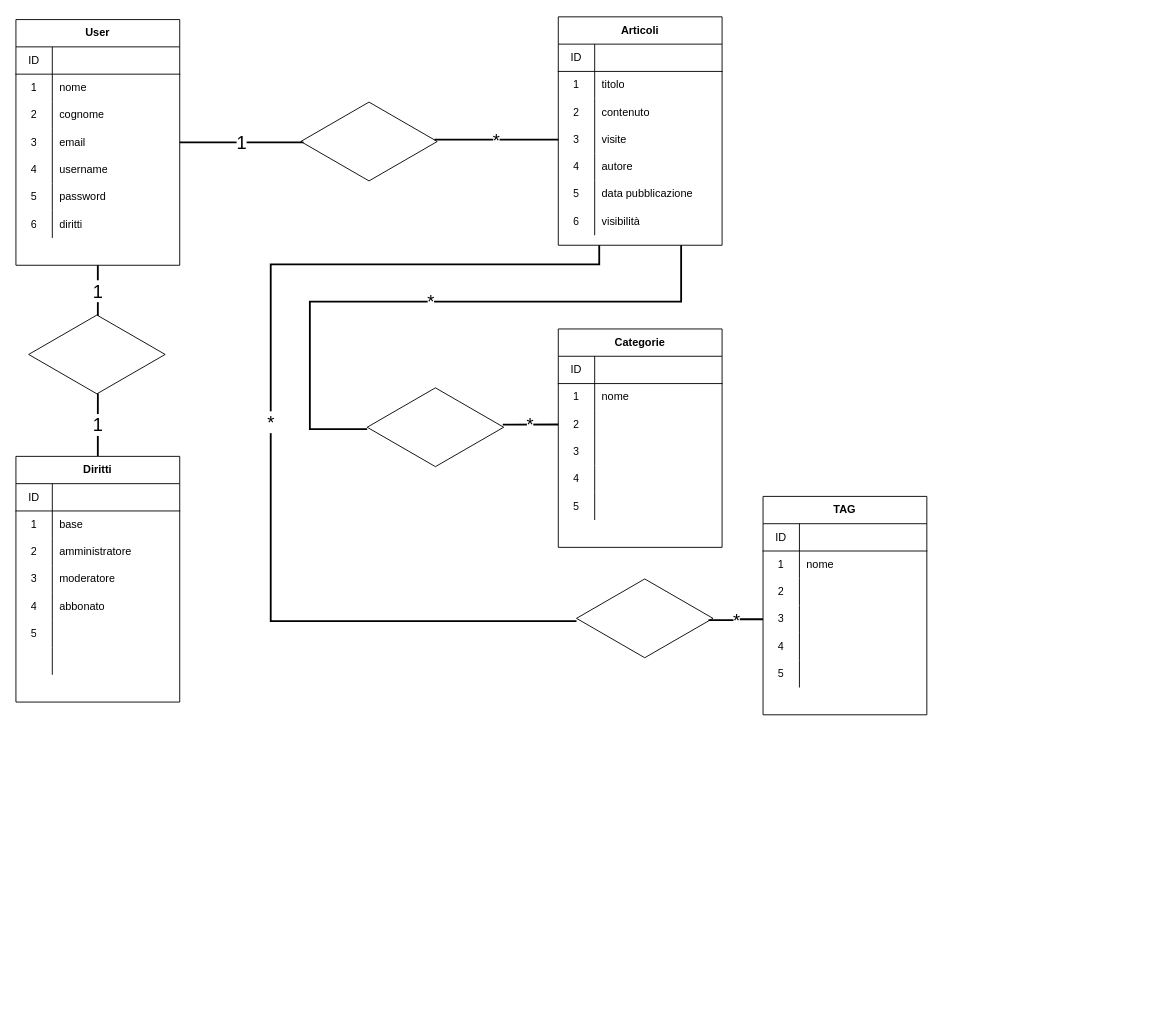
Above: db.drawio in andreamazza84/php-oop-2 (draw.io), before the change. Source tidied: cells renumbered, new cells numbered last; positions are measured from the earlier drawing's top-left corner, leaving out a move shared by most shapes. Both pictures are drawn from the tidied source at 91%, with x=0, y=0 at pixel (15, 16).
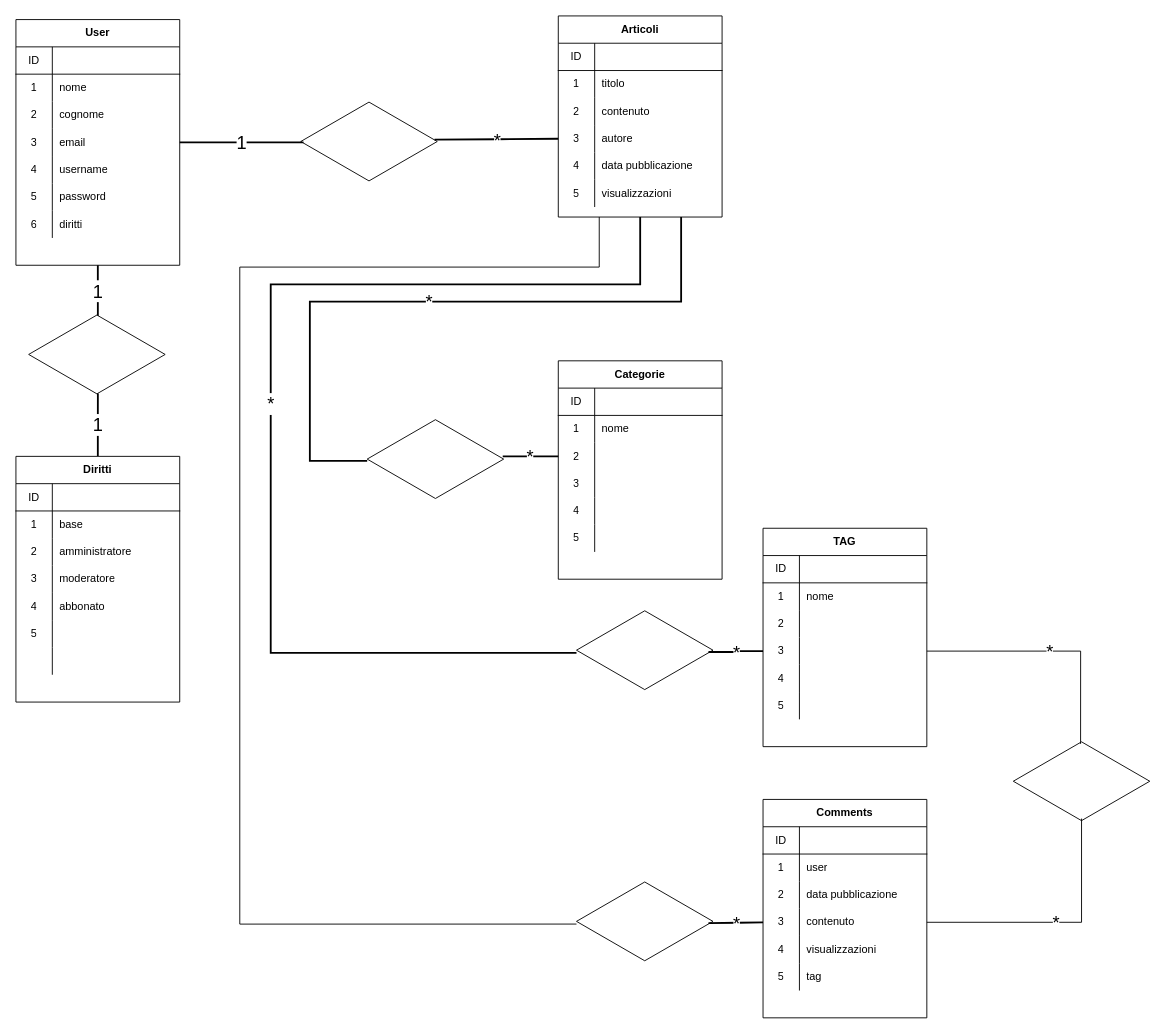
The same diagram, later.

The change refers to these unchanged cells:
```xml
<mxCell id="78" style="shape=partialRectangle;html=1;whiteSpace=wrap;fillColor=none;top=0;left=0;bottom=0;right=0;points=[[0,0.5],[1,0.5]];portConstraint=eastwest;" parent="68" vertex="1">
  <mxGeometry y="120" width="180" height="30" as="geometry" />
</mxCell>
<mxCell id="87" style="html=1;whiteSpace=wrap;shape=isoRectangle;" parent="1" vertex="1">
  <mxGeometry x="313" y="92" width="150" height="90" as="geometry" />
</mxCell>
```

What changed in the source:
```diff
@@
     <mxCell id="25" value="*" style="edgeStyle=orthogonalEdgeStyle;rounded=0;jettySize=auto;html=1;entryX=0;entryY=0.522;entryDx=0;entryDy=0;entryPerimeter=0;exitX=0.75;exitY=1;exitDx=0;exitDy=0;endArrow=none;endFill=0;strokeWidth=2;jumpSize=16;fontSize=20;" parent="1" edge="1" source="27" target="90">
       <mxGeometry relative="1" as="geometry">
         <Array as="points">
           <mxPoint x="731" y="313" />
           <mxPoint x="323" y="313" />
-          <mxPoint x="323" y="453" />
+          <mxPoint x="323" y="488" />
         </Array>
       </mxGeometry>
     </mxCell>
-    <mxCell id="26" value="*" style="edgeStyle=orthogonalEdgeStyle;rounded=0;jettySize=auto;html=1;exitX=0.25;exitY=1;exitDx=0;exitDy=0;entryX=0;entryY=0.533;entryDx=0;entryDy=0;entryPerimeter=0;endArrow=none;endFill=0;strokeWidth=2;jumpSize=16;fontSize=20;" parent="1" edge="1" source="27" target="92">
+    <mxCell id="26" value="*" style="edgeStyle=orthogonalEdgeStyle;rounded=0;jettySize=auto;html=1;entryX=0;entryY=0.533;entryDx=0;entryDy=0;entryPerimeter=0;endArrow=none;endFill=0;strokeWidth=2;jumpSize=16;fontSize=20;exitX=0.5;exitY=1;exitDx=0;exitDy=0;" parent="1" edge="1" source="27" target="92">
       <mxGeometry relative="1" as="geometry">
         <Array as="points">
-          <mxPoint x="641" y="272" />
-          <mxPoint x="280" y="272" />
-          <mxPoint x="280" y="664" />
+          <mxPoint x="686" y="294" />
+          <mxPoint x="280" y="294" />
+          <mxPoint x="280" y="699" />
         </Array>
       </mxGeometry>
     </mxCell>
+    <mxCell id="118" style="edgeStyle=orthogonalEdgeStyle;rounded=0;jettySize=auto;html=1;exitX=0.25;exitY=1;exitDx=0;exitDy=0;entryX=0;entryY=0.533;entryDx=0;entryDy=0;entryPerimeter=0;endArrow=none;endFill=0;" parent="1" edge="1" source="27" target="136">
+      <mxGeometry relative="1" as="geometry">
+        <Array as="points">
+          <mxPoint x="641" y="275" />
+          <mxPoint x="246" y="275" />
+          <mxPoint x="246" y="997" />
+        </Array>
+      </mxGeometry>
+    </mxCell>
     <mxCell id="27" value="Articoli" style="shape=table;html=1;whiteSpace=wrap;startSize=30;childLayout=tableLayout;rowLines=0;fontStyle=1;align=center;" parent="1" vertex="1">
-      <mxGeometry x="596" width="180" height="251" as="geometry" />
+      <mxGeometry x="596" y="-1" width="180" height="221" as="geometry" />
     </mxCell>
@@
-    <mxCell id="37" style="shape=partialRectangle;html=1;whiteSpace=wrap;fillColor=none;top=0;left=0;bottom=0;right=0;points=[[0,0.5],[1,0.5]];portConstraint=eastwest;" parent="27" vertex="1">
-      <mxGeometry y="120" width="180" height="30" as="geometry" />
-    </mxCell>
-    <mxCell id="38" value="3" style="shape=partialRectangle;html=1;whiteSpace=wrap;fillColor=none;top=0;left=0;bottom=0;right=0;overflow=hidden;" parent="37" vertex="1">
-      <mxGeometry width="40" height="30" as="geometry" />
-    </mxCell>
-    <mxCell id="39" value="visite" style="shape=partialRectangle;html=1;whiteSpace=wrap;fillColor=none;top=0;left=0;bottom=0;right=0;align=left;spacingLeft=6;overflow=hidden;" parent="37" vertex="1">
-      <mxGeometry x="40" width="140" height="30" as="geometry" />
-    </mxCell>
     <mxCell id="40" style="shape=partialRectangle;html=1;whiteSpace=wrap;fillColor=none;top=0;left=0;bottom=0;right=0;" parent="27" vertex="1">
-      <mxGeometry y="150" width="180" height="30" as="geometry" />
+      <mxGeometry y="120" width="180" height="30" as="geometry" />
     </mxCell>
-    <mxCell id="41" value="4" style="shape=partialRectangle;html=1;whiteSpace=wrap;fillColor=none;top=0;left=0;bottom=0;right=0;overflow=hidden;" parent="40" vertex="1">
+    <mxCell id="41" value="3" style="shape=partialRectangle;html=1;whiteSpace=wrap;fillColor=none;top=0;left=0;bottom=0;right=0;overflow=hidden;" parent="40" vertex="1">
       <mxGeometry width="40" height="30" as="geometry" />
     </mxCell>
@@
     <mxCell id="43" style="shape=partialRectangle;html=1;whiteSpace=wrap;fillColor=none;top=0;left=0;bottom=0;right=0;" parent="27" vertex="1">
-      <mxGeometry y="180" width="180" height="30" as="geometry" />
+      <mxGeometry y="150" width="180" height="30" as="geometry" />
     </mxCell>
-    <mxCell id="44" value="5" style="shape=partialRectangle;html=1;whiteSpace=wrap;fillColor=none;top=0;left=0;bottom=0;right=0;overflow=hidden;" parent="43" vertex="1">
+    <mxCell id="44" value="4" style="shape=partialRectangle;html=1;whiteSpace=wrap;fillColor=none;top=0;left=0;bottom=0;right=0;overflow=hidden;" parent="43" vertex="1">
       <mxGeometry width="40" height="30" as="geometry" />
     </mxCell>
@@
     <mxCell id="46" style="shape=partialRectangle;html=1;whiteSpace=wrap;fillColor=none;top=0;left=0;bottom=0;right=0;" parent="27" vertex="1">
-      <mxGeometry y="210" width="180" height="30" as="geometry" />
+      <mxGeometry y="180" width="180" height="30" as="geometry" />
     </mxCell>
-    <mxCell id="47" value="6" style="shape=partialRectangle;html=1;whiteSpace=wrap;fillColor=none;top=0;left=0;bottom=0;right=0;overflow=hidden;" parent="46" vertex="1">
+    <mxCell id="47" value="5" style="shape=partialRectangle;html=1;whiteSpace=wrap;fillColor=none;top=0;left=0;bottom=0;right=0;overflow=hidden;" parent="46" vertex="1">
       <mxGeometry width="40" height="30" as="geometry" />
     </mxCell>
-    <mxCell id="48" value="visibilità" style="shape=partialRectangle;html=1;whiteSpace=wrap;fillColor=none;top=0;left=0;bottom=0;right=0;align=left;spacingLeft=6;overflow=hidden;" parent="46" vertex="1">
+    <mxCell id="48" value="visualizzazioni" style="shape=partialRectangle;html=1;whiteSpace=wrap;fillColor=none;top=0;left=0;bottom=0;right=0;align=left;spacingLeft=6;overflow=hidden;" parent="46" vertex="1">
       <mxGeometry x="40" width="140" height="30" as="geometry" />
     </mxCell>
     <mxCell id="49" value="Categorie" style="shape=table;html=1;whiteSpace=wrap;startSize=30;childLayout=tableLayout;rowLines=0;fontStyle=1;align=center;" parent="1" vertex="1">
-      <mxGeometry x="596" y="343" width="180" height="240" as="geometry" />
+      <mxGeometry x="596" y="378" width="180" height="240" as="geometry" />
     </mxCell>
@@
     <mxCell id="68" value="TAG" style="shape=table;html=1;whiteSpace=wrap;startSize=30;childLayout=tableLayout;rowLines=0;fontStyle=1;align=center;" parent="1" vertex="1">
-      <mxGeometry x="821" y="527" width="180" height="240" as="geometry" />
+      <mxGeometry x="821" y="562" width="180" height="240" as="geometry" />
     </mxCell>
@@
-    <mxCell id="89" value="*" style="edgeStyle=orthogonalEdgeStyle;rounded=0;jettySize=auto;html=1;exitX=0;exitY=0.5;exitDx=0;exitDy=0;entryX=0.98;entryY=0.478;entryDx=0;entryDy=0;entryPerimeter=0;endArrow=none;endFill=0;strokeWidth=2;jumpSize=16;fontSize=20;" parent="1" edge="1" source="37" target="87">
-      <mxGeometry relative="1" as="geometry" />
+    <mxCell id="89" value="*" style="edgeStyle=orthogonalEdgeStyle;rounded=0;jettySize=auto;html=1;exitX=0;exitY=0.5;exitDx=0;exitDy=0;entryX=0.98;entryY=0.478;entryDx=0;entryDy=0;entryPerimeter=0;endArrow=none;endFill=0;strokeWidth=2;jumpSize=16;fontSize=20;" parent="1" edge="1" target="87">
+      <mxGeometry relative="1" as="geometry">
+        <mxPoint x="596" y="134" as="sourcePoint" />
+      </mxGeometry>
     </mxCell>
     <mxCell id="90" style="html=1;whiteSpace=wrap;shape=isoRectangle;" parent="1" vertex="1">
-      <mxGeometry x="386" y="406" width="150" height="90" as="geometry" />
+      <mxGeometry x="386" y="441" width="150" height="90" as="geometry" />
     </mxCell>
@@
     <mxCell id="92" style="html=1;whiteSpace=wrap;shape=isoRectangle;" parent="1" vertex="1">
-      <mxGeometry x="616" y="616" width="150" height="90" as="geometry" />
+      <mxGeometry x="616" y="651" width="150" height="90" as="geometry" />
     </mxCell>
@@
+    <mxCell id="119" value="Comments" style="shape=table;html=1;whiteSpace=wrap;startSize=30;childLayout=tableLayout;rowLines=0;fontStyle=1;align=center;" parent="1" vertex="1">
+      <mxGeometry x="821" y="860" width="180" height="240" as="geometry" />
+    </mxCell>
+    <mxCell id="120" style="shape=partialRectangle;html=1;whiteSpace=wrap;fillColor=none;top=0;left=0;bottom=1;right=0;" parent="119" vertex="1">
+      <mxGeometry y="30" width="180" height="30" as="geometry" />
+    </mxCell>
+    <mxCell id="121" value="ID" style="shape=partialRectangle;html=1;whiteSpace=wrap;fillColor=none;top=0;left=0;bottom=0;right=0;overflow=hidden;" parent="120" vertex="1">
+      <mxGeometry width="40" height="30" as="geometry" />
+    </mxCell>
+    <mxCell id="122" style="shape=partialRectangle;html=1;whiteSpace=wrap;fillColor=none;top=0;left=0;bottom=0;right=0;align=left;spacingLeft=6;overflow=hidden;" parent="120" vertex="1">
+      <mxGeometry x="40" width="140" height="30" as="geometry" />
+    </mxCell>
+    <mxCell id="123" style="shape=partialRectangle;html=1;whiteSpace=wrap;fillColor=none;top=0;left=0;bottom=0;right=0;" parent="119" vertex="1">
+      <mxGeometry y="60" width="180" height="30" as="geometry" />
+    </mxCell>
+    <mxCell id="124" value="1" style="shape=partialRectangle;html=1;whiteSpace=wrap;fillColor=none;top=0;left=0;bottom=0;right=0;overflow=hidden;" parent="123" vertex="1">
+      <mxGeometry width="40" height="30" as="geometry" />
+    </mxCell>
+    <mxCell id="125" value="user" style="shape=partialRectangle;html=1;whiteSpace=wrap;fillColor=none;top=0;left=0;bottom=0;right=0;align=left;spacingLeft=6;overflow=hidden;" parent="123" vertex="1">
+      <mxGeometry x="40" width="140" height="30" as="geometry" />
+    </mxCell>
+    <mxCell id="126" style="shape=partialRectangle;html=1;whiteSpace=wrap;fillColor=none;top=0;left=0;bottom=0;right=0;" parent="119" vertex="1">
+      <mxGeometry y="90" width="180" height="30" as="geometry" />
+    </mxCell>
+    <mxCell id="127" value="2" style="shape=partialRectangle;html=1;whiteSpace=wrap;fillColor=none;top=0;left=0;bottom=0;right=0;overflow=hidden;" parent="126" vertex="1">
+      <mxGeometry width="40" height="30" as="geometry" />
+    </mxCell>
+    <mxCell id="128" value="data pubblicazione" style="shape=partialRectangle;html=1;whiteSpace=wrap;fillColor=none;top=0;left=0;bottom=0;right=0;align=left;spacingLeft=6;overflow=hidden;" parent="126" vertex="1">
+      <mxGeometry x="40" width="140" height="30" as="geometry" />
+    </mxCell>
+    <mxCell id="37" style="shape=partialRectangle;html=1;whiteSpace=wrap;fillColor=none;top=0;left=0;bottom=0;right=0;points=[[0,0.5],[1,0.5]];portConstraint=eastwest;" parent="119" vertex="1">
+      <mxGeometry y="120" width="180" height="30" as="geometry" />
+    </mxCell>
+    <mxCell id="38" value="3" style="shape=partialRectangle;html=1;whiteSpace=wrap;fillColor=none;top=0;left=0;bottom=0;right=0;overflow=hidden;" parent="37" vertex="1">
+      <mxGeometry width="40" height="30" as="geometry" />
+    </mxCell>
+    <mxCell id="129" value="contenuto" style="shape=partialRectangle;html=1;whiteSpace=wrap;fillColor=none;top=0;left=0;bottom=0;right=0;align=left;spacingLeft=6;overflow=hidden;" parent="37" vertex="1">
+      <mxGeometry x="40" width="140" height="30" as="geometry" />
+    </mxCell>
+    <mxCell id="130" style="shape=partialRectangle;html=1;whiteSpace=wrap;fillColor=none;top=0;left=0;bottom=0;right=0;" parent="119" vertex="1">
+      <mxGeometry y="150" width="180" height="30" as="geometry" />
+    </mxCell>
+    <mxCell id="131" value="4" style="shape=partialRectangle;html=1;whiteSpace=wrap;fillColor=none;top=0;left=0;bottom=0;right=0;overflow=hidden;" parent="130" vertex="1">
+      <mxGeometry width="40" height="30" as="geometry" />
+    </mxCell>
+    <mxCell id="132" value="visualizzazioni" style="shape=partialRectangle;html=1;whiteSpace=wrap;fillColor=none;top=0;left=0;bottom=0;right=0;align=left;spacingLeft=6;overflow=hidden;" parent="130" vertex="1">
+      <mxGeometry x="40" width="140" height="30" as="geometry" />
+    </mxCell>
+    <mxCell id="133" style="shape=partialRectangle;html=1;whiteSpace=wrap;fillColor=none;top=0;left=0;bottom=0;right=0;" parent="119" vertex="1">
+      <mxGeometry y="180" width="180" height="30" as="geometry" />
+    </mxCell>
+    <mxCell id="134" value="5" style="shape=partialRectangle;html=1;whiteSpace=wrap;fillColor=none;top=0;left=0;bottom=0;right=0;overflow=hidden;" parent="133" vertex="1">
+      <mxGeometry width="40" height="30" as="geometry" />
+    </mxCell>
+    <mxCell id="135" value="tag" style="shape=partialRectangle;html=1;whiteSpace=wrap;fillColor=none;top=0;left=0;bottom=0;right=0;align=left;spacingLeft=6;overflow=hidden;" parent="133" vertex="1">
+      <mxGeometry x="40" width="140" height="30" as="geometry" />
+    </mxCell>
+    <mxCell id="136" style="html=1;whiteSpace=wrap;shape=isoRectangle;" parent="1" vertex="1">
+      <mxGeometry x="616" y="949" width="150" height="90" as="geometry" />
+    </mxCell>
+    <mxCell id="137" value="*" style="edgeStyle=orthogonalEdgeStyle;rounded=0;jettySize=auto;html=1;exitX=0;exitY=0.5;exitDx=0;exitDy=0;entryX=0.967;entryY=0.522;entryDx=0;entryDy=0;entryPerimeter=0;endArrow=none;endFill=0;strokeWidth=2;jumpSize=16;fontSize=20;" parent="1" edge="1" target="136">
+      <mxGeometry relative="1" as="geometry">
+        <mxPoint x="821" y="995" as="sourcePoint" />
+      </mxGeometry>
+    </mxCell>
+    <mxCell id="138" style="html=1;whiteSpace=wrap;shape=isoRectangle;" parent="1" vertex="1">
+      <mxGeometry x="1096" y="795" width="150" height="90" as="geometry" />
+    </mxCell>
+    <mxCell id="139" value="*" style="edgeStyle=orthogonalEdgeStyle;rounded=0;jettySize=auto;html=1;exitX=1;exitY=0.5;exitDx=0;exitDy=0;entryX=0.493;entryY=0.044;entryDx=0;entryDy=0;entryPerimeter=0;endArrow=none;endFill=0;fontSize=20;" parent="1" edge="1" source="78" target="138">
+      <mxGeometry relative="1" as="geometry" />
+    </mxCell>
+    <mxCell id="140" value="*" style="edgeStyle=orthogonalEdgeStyle;rounded=0;jettySize=auto;html=1;exitX=1;exitY=0.5;exitDx=0;exitDy=0;entryX=0.5;entryY=0.956;entryDx=0;entryDy=0;entryPerimeter=0;endArrow=none;endFill=0;fontSize=20;" parent="1" edge="1" source="37" target="138">
+      <mxGeometry relative="1" as="geometry" />
+    </mxCell>
```
